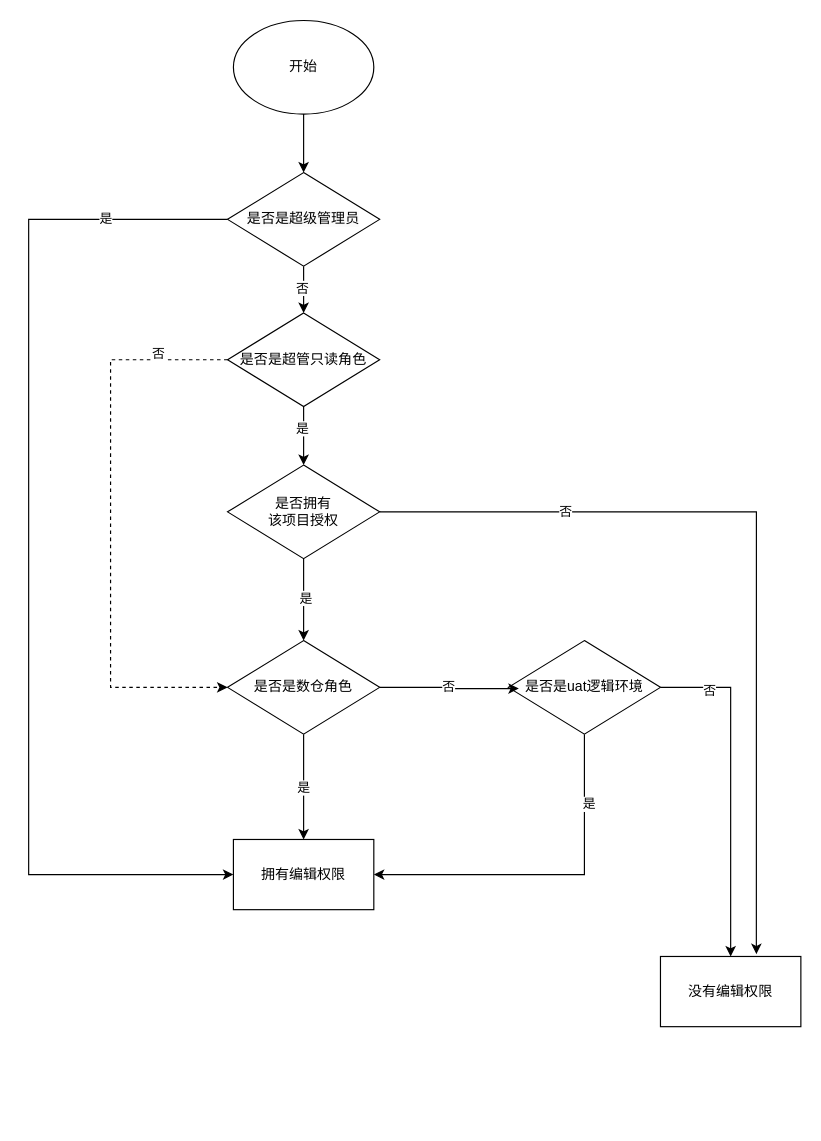
This is images/di权限控制.drawio from buleice/-, a draw.io file, before an edit. Source tidied: cells renumbered, new cells numbered last; positions are measured from the earlier drawing's top-left corner, leaving out a move shared by most shapes. Both pictures are drawn from the tidied source at 117%, with x=0, y=0 at pixel (28, 20).
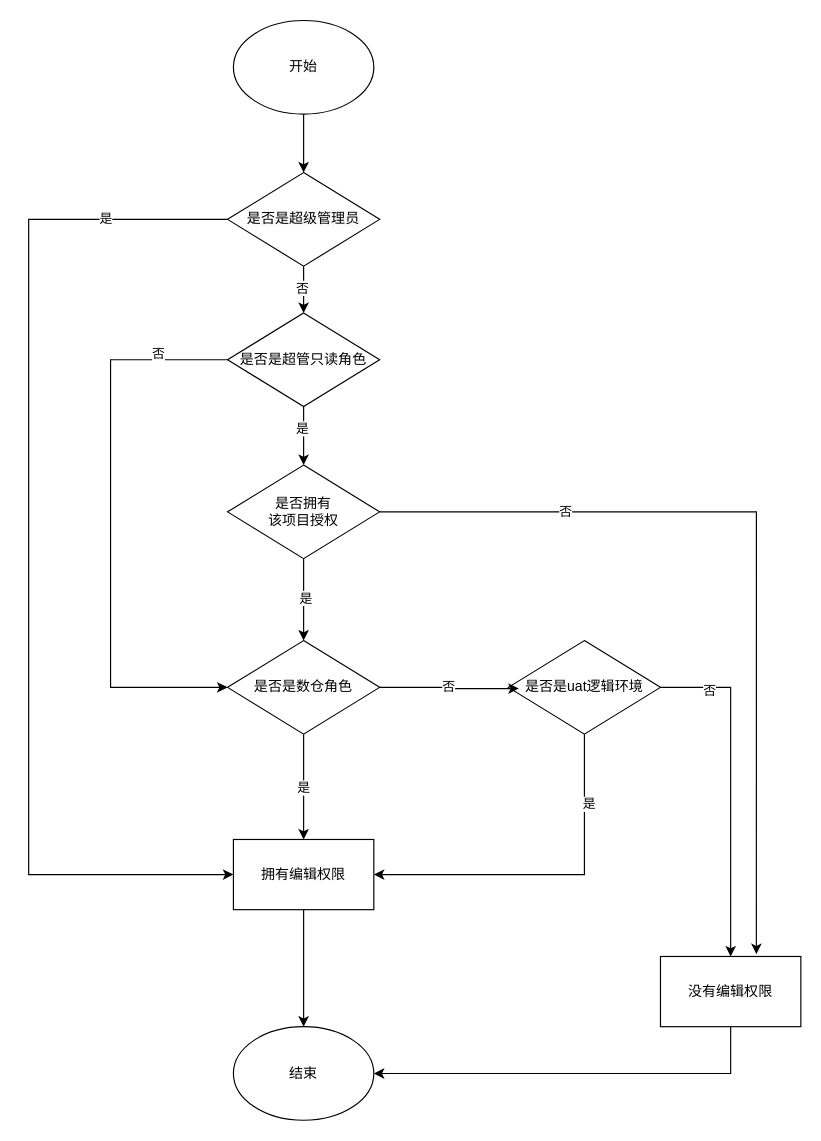
The same diagram, later.

Commit message (it also covers changes not shown here):
更新di权限控制.drawio

The change refers to these unchanged cells:
```xml
<mxCell id="13" value="是否是超管只读角色" style="rhombus;whiteSpace=wrap;html=1;" parent="1" vertex="1">
  <mxGeometry x="170" y="250" width="130" height="80" as="geometry" />
</mxCell>
<mxCell id="19" value="是否是数仓角色" style="rhombus;whiteSpace=wrap;html=1;" parent="1" vertex="1">
  <mxGeometry x="170" y="530" width="130" height="80" as="geometry" />
</mxCell>
<mxCell id="25" value="拥有编辑权限" style="rounded=0;whiteSpace=wrap;html=1;" parent="1" vertex="1">
  <mxGeometry x="175" y="700" width="120" height="60" as="geometry" />
</mxCell>
<mxCell id="28" value="没有编辑权限" style="rounded=0;whiteSpace=wrap;html=1;" parent="1" vertex="1">
  <mxGeometry x="540" y="800" width="120" height="60" as="geometry" />
</mxCell>
```

The edit, as a diff of the source:
```diff
@@
-    <mxCell id="11" style="edgeStyle=orthogonalEdgeStyle;rounded=0;jettySize=auto;html=1;exitX=0;exitY=0.5;exitDx=0;exitDy=0;entryX=0;entryY=0.5;entryDx=0;entryDy=0;dashed=1;" parent="1" edge="1" source="13" target="19">
+    <mxCell id="11" style="edgeStyle=orthogonalEdgeStyle;rounded=0;jettySize=auto;html=1;exitX=0;exitY=0.5;exitDx=0;exitDy=0;entryX=0;entryY=0.5;entryDx=0;entryDy=0;" parent="1" edge="1" source="13" target="19">
       <mxGeometry relative="1" as="geometry">
         <Array as="points">
           <mxPoint x="70" y="290" />
           <mxPoint x="70" y="570" />
         </Array>
       </mxGeometry>
     </mxCell>
@@
+    <mxCell id="31" style="edgeStyle=orthogonalEdgeStyle;rounded=0;jettySize=auto;html=1;exitX=0.5;exitY=1;exitDx=0;exitDy=0;entryX=0.5;entryY=0;entryDx=0;entryDy=0;" parent="1" edge="1" source="25" target="33">
+      <mxGeometry relative="1" as="geometry" />
+    </mxCell>
@@
+    <mxCell id="32" style="edgeStyle=orthogonalEdgeStyle;rounded=0;jettySize=auto;html=1;exitX=0.5;exitY=1;exitDx=0;exitDy=0;entryX=1;entryY=0.5;entryDx=0;entryDy=0;" parent="1" edge="1" source="28" target="33">
+      <mxGeometry relative="1" as="geometry" />
+    </mxCell>
@@
+    <mxCell id="33" value="结束" style="ellipse;whiteSpace=wrap;html=1;" parent="1" vertex="1">
+      <mxGeometry x="175" y="860" width="120" height="80" as="geometry" />
+    </mxCell>
```
